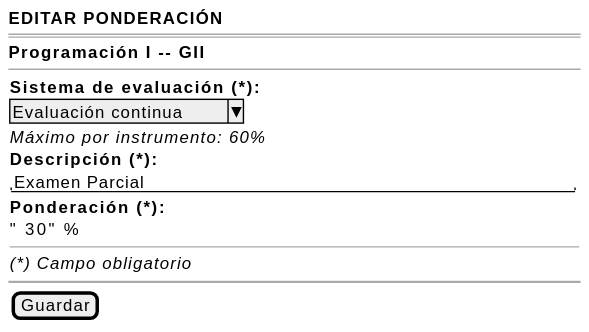
Before: images/RUP/01-requisitos/03-detalle-casos-uso/editarPonderacionEvaluacion/wireframe-formulario.svg, a diagram exported from PlantUML (mmasias/pyCeldaPublico).
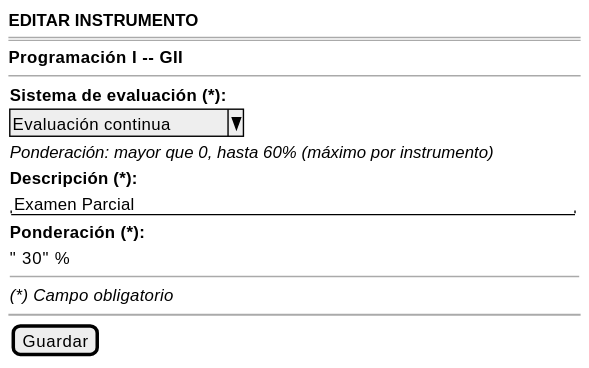
The same file after the commit.

What changed in the source:
```diff
@@ -1,13 +1,13 @@
 @startsalt editarPonderacionEvaluacion-wireframe-formulario
 {
-    <b>EDITAR PONDERACIÓN</b>
+    <b>EDITAR INSTRUMENTO</b>
     ====
     <b>Programación I -- GII</b>
     --
     {
         <b>Sistema de evaluación (*):</b>
         ^Evaluación continua^
-        <i>Máximo por instrumento: 60%</i>
+        <i>Ponderación: mayor que 0, hasta 60% (máximo por instrumento)</i>
         <b>Descripción (*):</b>
         "Examen Parcial                                    "
         <b>Ponderación (*):</b>
```
